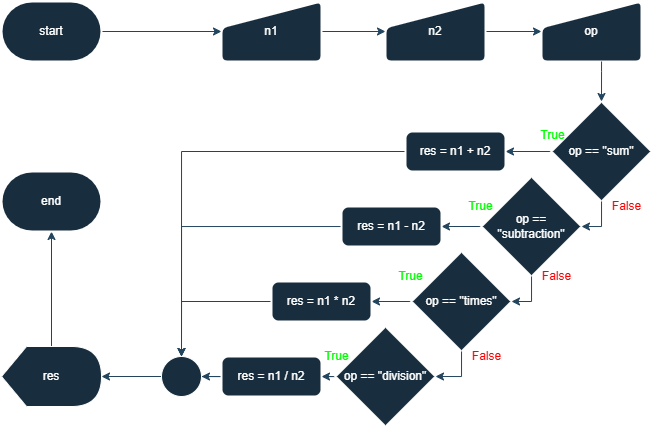
kf-martins-uel/algoritmos-atividade1 keeps this draw.io diagram as Parte-2/atividade5.png. Above is the earlier version. Source tidied: cells renumbered, new cells last; positions are measured from the earlier drawing's top-left corner, leaving out a move shared by most shapes.
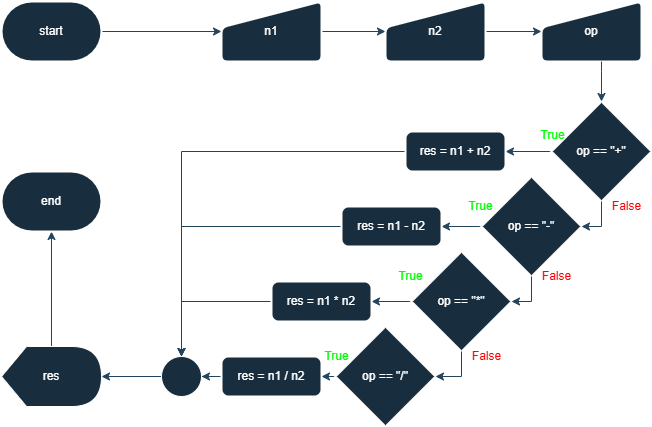
After the commit.

Change to the diagram source:
```diff
@@ -26,25 +26,25 @@
     <mxCell id="9" style="edgeStyle=orthogonalEdgeStyle;rounded=0;jettySize=auto;html=1;labelBackgroundColor=none;strokeColor=#23445D;fontColor=default;" parent="1" edge="1" source="10" target="29">
       <mxGeometry relative="1" as="geometry" />
     </mxCell>
-    <mxCell id="10" value="op == &quot;sum&quot;" style="strokeWidth=2;html=1;shape=mxgraph.flowchart.decision;whiteSpace=wrap;strokeColor=#FFFFFF;fontColor=#FFFFFF;fillColor=#182E3E;labelBackgroundColor=none;" parent="1" vertex="1">
+    <mxCell id="10" value="op == &quot;+&quot;" style="strokeWidth=2;html=1;shape=mxgraph.flowchart.decision;whiteSpace=wrap;strokeColor=#FFFFFF;fontColor=#FFFFFF;fillColor=#182E3E;labelBackgroundColor=none;" parent="1" vertex="1">
       <mxGeometry x="550" y="100" width="100" height="100" as="geometry" />
     </mxCell>
     <mxCell id="11" style="edgeStyle=orthogonalEdgeStyle;rounded=0;jettySize=auto;html=1;labelBackgroundColor=none;strokeColor=#23445D;fontColor=default;" parent="1" edge="1" source="12" target="31">
       <mxGeometry relative="1" as="geometry" />
     </mxCell>
-    <mxCell id="12" value="op == &quot;subtraction&quot;" style="strokeWidth=2;html=1;shape=mxgraph.flowchart.decision;whiteSpace=wrap;strokeColor=#FFFFFF;fontColor=#FFFFFF;fillColor=#182E3E;labelBackgroundColor=none;" parent="1" vertex="1">
+    <mxCell id="12" value="op == &quot;-&quot;" style="strokeWidth=2;html=1;shape=mxgraph.flowchart.decision;whiteSpace=wrap;strokeColor=#FFFFFF;fontColor=#FFFFFF;fillColor=#182E3E;labelBackgroundColor=none;" parent="1" vertex="1">
       <mxGeometry x="480" y="175" width="100" height="100" as="geometry" />
     </mxCell>
     <mxCell id="13" style="edgeStyle=orthogonalEdgeStyle;rounded=0;jettySize=auto;html=1;labelBackgroundColor=none;strokeColor=#23445D;fontColor=default;" parent="1" edge="1" source="14" target="33">
       <mxGeometry relative="1" as="geometry" />
     </mxCell>
-    <mxCell id="14" value="op == &quot;times&quot;" style="strokeWidth=2;html=1;shape=mxgraph.flowchart.decision;whiteSpace=wrap;strokeColor=#FFFFFF;fontColor=#FFFFFF;fillColor=#182E3E;labelBackgroundColor=none;" parent="1" vertex="1">
+    <mxCell id="14" value="op == &quot;*&quot;" style="strokeWidth=2;html=1;shape=mxgraph.flowchart.decision;whiteSpace=wrap;strokeColor=#FFFFFF;fontColor=#FFFFFF;fillColor=#182E3E;labelBackgroundColor=none;" parent="1" vertex="1">
       <mxGeometry x="410" y="250" width="100" height="100" as="geometry" />
     </mxCell>
     <mxCell id="15" style="edgeStyle=orthogonalEdgeStyle;rounded=0;jettySize=auto;html=1;labelBackgroundColor=none;strokeColor=#23445D;fontColor=default;" parent="1" edge="1" source="16" target="35">
       <mxGeometry relative="1" as="geometry" />
     </mxCell>
-    <mxCell id="16" value="op == &quot;division&quot;" style="strokeWidth=2;html=1;shape=mxgraph.flowchart.decision;whiteSpace=wrap;strokeColor=#FFFFFF;fontColor=#FFFFFF;fillColor=#182E3E;labelBackgroundColor=none;" parent="1" vertex="1">
+    <mxCell id="16" value="op == &quot;/&quot;" style="strokeWidth=2;html=1;shape=mxgraph.flowchart.decision;whiteSpace=wrap;strokeColor=#FFFFFF;fontColor=#FFFFFF;fillColor=#182E3E;labelBackgroundColor=none;" parent="1" vertex="1">
       <mxGeometry x="334" y="325" width="100" height="100" as="geometry" />
     </mxCell>
     <mxCell id="17" style="edgeStyle=orthogonalEdgeStyle;rounded=0;jettySize=auto;html=1;entryX=0.5;entryY=0;entryDx=0;entryDy=0;entryPerimeter=0;labelBackgroundColor=none;strokeColor=#23445D;fontColor=default;" parent="1" edge="1" source="8" target="10">
```
